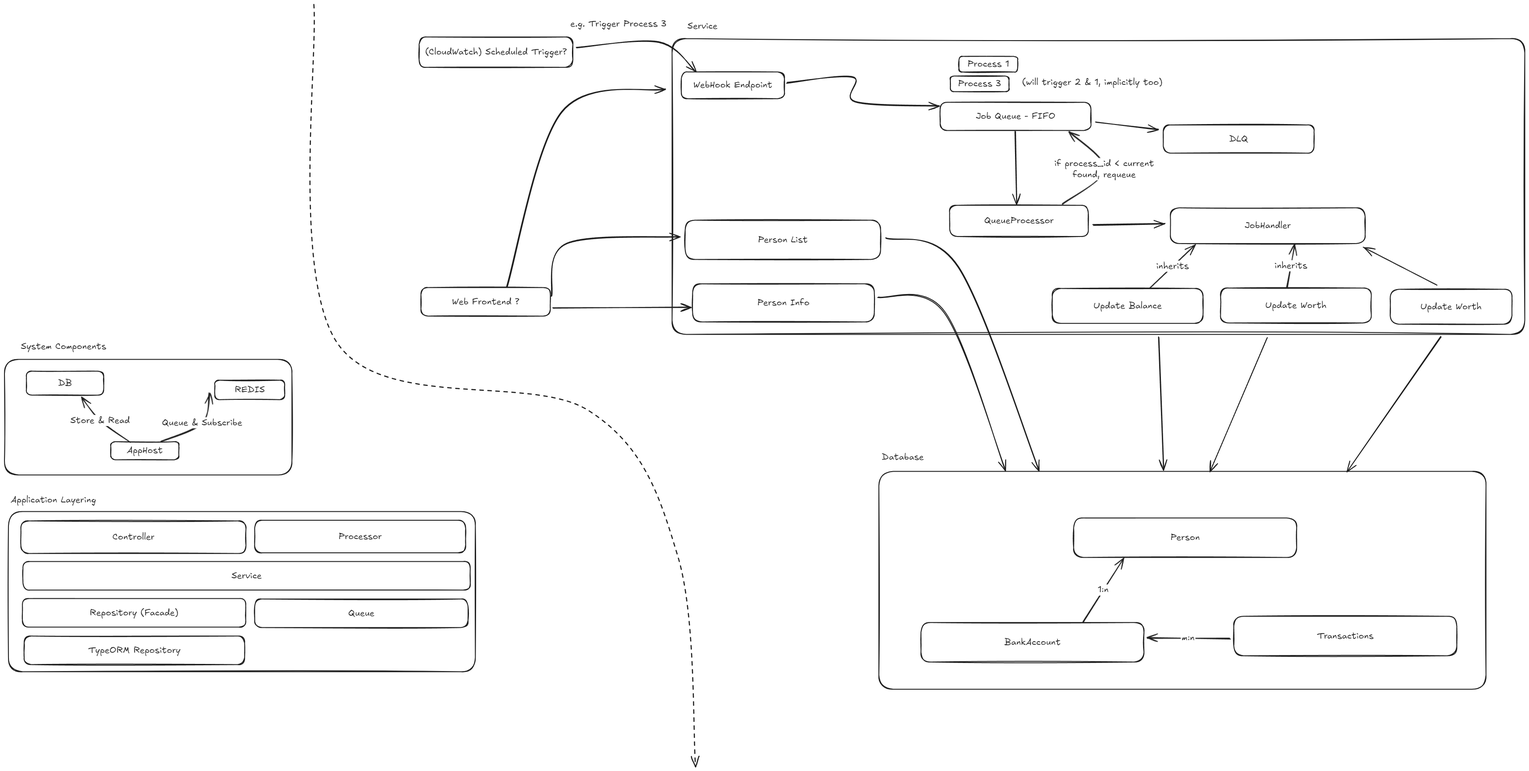
This is docs/concept.excalidraw.png from Hobart2967/lending-statistics-service, a Excalidraw export, as it was before one commit. Source tidied: one line per element, renumbered; positions are measured from the earlier drawing's top-left corner, leaving out a move shared by most shapes.
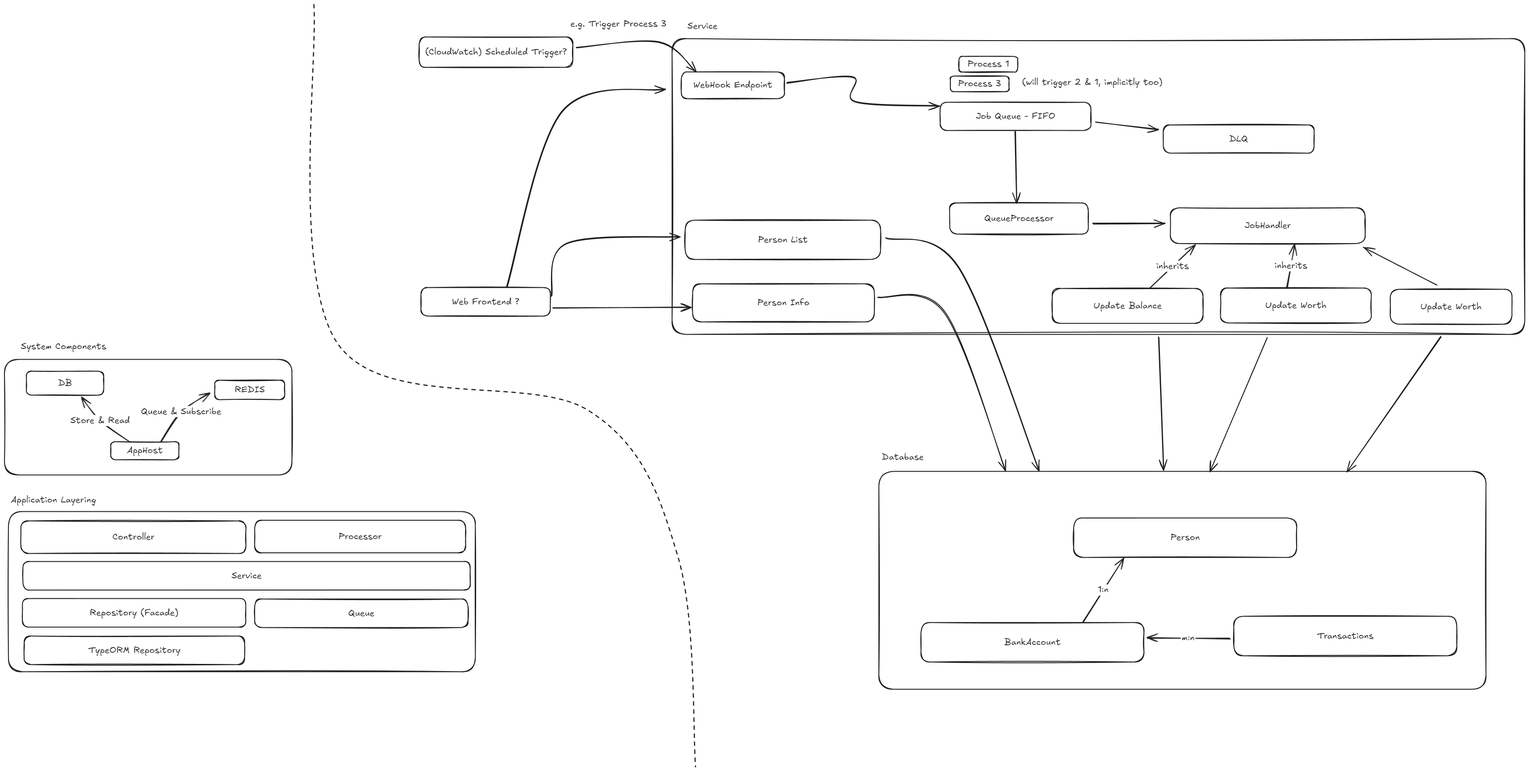
After the change.

Commit message:
docs(docs): :memo: Remove obsolete connections and fix layout

What changed in the source:
```diff
@@ -21,14 +21,12 @@
 {"id": 20, "type": "text", "text": "BankAccount", "strokeColor": "#1e1e1e", "strokeWidth": 2, "roughness": 1, "fontSize": 20, "fontFamily": 5, "textAlign": "center", "verticalAlign": "middle", "inside": 19, "x": 2246, "y": 1416, "width": 115, "height": 25}
 {"id": 21, "type": "rectangle", "strokeColor": "#1e1e1e", "strokeWidth": 2, "roughness": 1, "round": true, "x": 2755, "y": 1370, "width": 500, "height": 89}
 {"id": 22, "type": "text", "text": "Transactions", "strokeColor": "#1e1e1e", "strokeWidth": 2, "roughness": 1, "fontSize": 20, "fontFamily": 5, "textAlign": "center", "verticalAlign": "middle", "inside": 21, "x": 2951, "y": 1402, "width": 108, "height": 25}
-{"id": 23, "type": "rectangle", "strokeColor": "#1e1e1e", "strokeWidth": 2, "roughness": 1, "round": true, "x": 2118, "y": 449, "width": 311, "height": 70}
+{"id": 23, "type": "rectangle", "strokeColor": "#1e1e1e", "strokeWidth": 2, "roughness": 1, "round": true, "x": 2118, "y": 444, "width": 311, "height": 70}
-{"id": 24, "type": "text", "text": "QueueProcessor", "strokeColor": "#1e1e1e", "strokeWidth": 2, "roughness": 1, "fontSize": 20, "fontFamily": 5, "textAlign": "center", "verticalAlign": "middle", "inside": 23, "x": 2202, "y": 472, "width": 144, "height": 25}
+{"id": 24, "type": "text", "text": "QueueProcessor", "strokeColor": "#1e1e1e", "strokeWidth": 2, "roughness": 1, "fontSize": 20, "fontFamily": 5, "textAlign": "center", "verticalAlign": "middle", "inside": 23, "x": 2202, "y": 466, "width": 144, "height": 25}
-{"id": 25, "type": "arrow", "strokeColor": "#1e1e1e", "strokeWidth": 2, "roughness": 1, "endArrowhead": "arrow", "round": true, "from": 16, "to": 23, "x": 2266, "y": 283, "width": 2, "height": 163, "points": [[0, 0], [2, 163]]}
+{"id": 25, "type": "arrow", "strokeColor": "#1e1e1e", "strokeWidth": 2, "roughness": 1, "endArrowhead": "arrow", "round": true, "from": 16, "to": 23, "x": 2266, "y": 283, "width": 2, "height": 160, "points": [[0, 0], [2, 160]]}
-{"id": 26, "type": "arrow", "strokeColor": "#1e1e1e", "strokeWidth": 2, "roughness": 1, "endArrowhead": "arrow", "round": true, "from": 23, "to": 16, "x": 2370, "y": 447, "width": 95, "height": 163, "points": [[0, 0], [95, -79], [17, -163]]}
-{"id": 27, "type": "text", "text": "if process_id < current\nfound, requeue", "strokeColor": "#1e1e1e", "strokeWidth": 2, "roughness": 1, "fontSize": 20, "fontFamily": 5, "textAlign": "center", "verticalAlign": "middle", "inside": 26, "x": 2367, "y": 343, "width": 196, "height": 50}
 {"id": 28, "type": "rectangle", "strokeColor": "#1e1e1e", "strokeWidth": 2, "roughness": 1, "round": true, "x": 2613, "y": 455, "width": 437, "height": 80}
 {"id": 29, "type": "text", "text": "JobHandler", "strokeColor": "#1e1e1e", "strokeWidth": 2, "roughness": 1, "fontSize": 20, "fontFamily": 5, "textAlign": "center", "verticalAlign": "middle", "inside": 28, "x": 2781, "y": 482, "width": 100, "height": 25}
-{"id": 30, "type": "arrow", "strokeColor": "#1e1e1e", "strokeWidth": 2, "roughness": 1, "endArrowhead": "arrow", "round": true, "from": 23, "to": 28, "x": 2440, "y": 493, "width": 161, "height": 3, "points": [[0, 0], [161, -3]]}
+{"id": 30, "type": "arrow", "strokeColor": "#1e1e1e", "strokeWidth": 2, "roughness": 1, "endArrowhead": "arrow", "round": true, "from": 23, "to": 28, "x": 2440, "y": 490, "width": 162, "height": 1, "points": [[0, 0], [162, -1]]}
 {"id": 31, "type": "rectangle", "strokeColor": "#1e1e1e", "strokeWidth": 2, "roughness": 1, "round": true, "x": 2349, "y": 636, "width": 338, "height": 78}
 {"id": 32, "type": "text", "text": "Update Balance", "strokeColor": "#1e1e1e", "strokeWidth": 2, "roughness": 1, "fontSize": 20, "fontFamily": 5, "textAlign": "center", "verticalAlign": "middle", "inside": 31, "x": 2449, "y": 662, "width": 138, "height": 25}
 {"id": 33, "type": "rectangle", "strokeColor": "#1e1e1e", "strokeWidth": 2, "roughness": 1, "round": true, "x": 2726, "y": 635, "width": 338, "height": 78}
@@ -85,7 +83,7 @@
 {"id": 84, "type": "text", "text": "AppHost", "strokeColor": "#1e1e1e", "strokeWidth": 2, "roughness": 1, "fontSize": 20, "fontFamily": 5, "textAlign": "center", "verticalAlign": "middle", "inside": 83, "x": 276, "y": 987, "width": 78, "height": 25}
 {"id": 85, "type": "arrow", "strokeColor": "#1e1e1e", "strokeWidth": 2, "roughness": 1, "endArrowhead": "arrow", "round": true, "from": 83, "to": 79, "x": 281, "y": 978, "width": 109, "height": 99, "points": [[0, 0], [-67, -47], [-109, -99]]}
 {"id": 86, "type": "text", "text": "Store & Read", "strokeColor": "#1e1e1e", "strokeWidth": 2, "roughness": 1, "fontSize": 20, "fontFamily": 5, "textAlign": "center", "verticalAlign": "middle", "inside": 85, "x": 156, "y": 919, "width": 134, "height": 25}
-{"id": 87, "type": "arrow", "strokeColor": "#1e1e1e", "strokeWidth": 2, "roughness": 1, "endArrowhead": "arrow", "round": true, "from": 83, "to": 81, "x": 350, "y": 978, "width": 109, "height": 108, "points": [[0, 0], [93, -41], [109, -108]]}
+{"id": 87, "type": "arrow", "strokeColor": "#1e1e1e", "strokeWidth": 2, "roughness": 1, "endArrowhead": "arrow", "round": true, "from": 83, "to": 81, "x": 350, "y": 978, "width": 109, "height": 108, "points": [[0, 0], [46, -66], [109, -108]]}
 {"id": 88, "type": "text", "text": "Queue & Subscribe", "strokeColor": "#1e1e1e", "strokeWidth": 2, "roughness": 1, "fontSize": 20, "fontFamily": 5, "textAlign": "center", "verticalAlign": "middle", "inside": 87, "x": 357, "y": 924, "width": 180, "height": 25}
 {"id": 89, "type": "text", "text": "System Components", "strokeColor": "#1e1e1e", "strokeWidth": 2, "roughness": 1, "fontSize": 20, "fontFamily": 5, "x": 37, "y": 754, "width": 191, "height": 25}
-{"id": 90, "type": "arrow", "strokeColor": "#1e1e1e", "strokeWidth": 2, "strokeStyle": "dashed", "roughness": 1, "endArrowhead": "arrow", "round": true, "x": 693, "y": 0, "width": 855, "height": 1707, "points": [[0, 0], [52, 757], [613, 909], [817, 1237], [855, 1707]]}
+{"id": 90, "type": "arrow", "strokeColor": "#1e1e1e", "strokeWidth": 2, "strokeStyle": "dashed", "roughness": 1, "round": true, "x": 693, "y": 0, "width": 855, "height": 1707, "points": [[0, 0], [52, 757], [613, 909], [817, 1237], [855, 1707]]}
```
